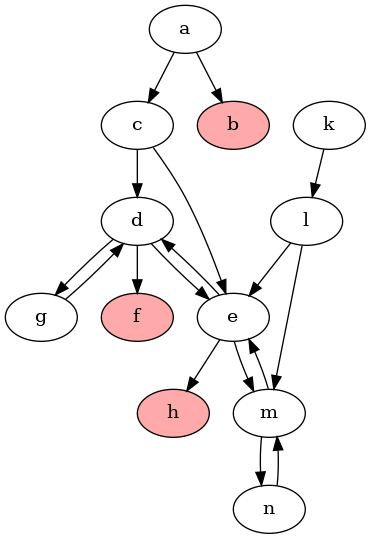
The Graphviz diagram XLoKR-2023/2-Statelog_version/output/state_0.0_graph.png in idaks/Games-and-Argumentation, before a commit. Its source is kept beside it as XLoKR-2023/2-Statelog_version/output/state_0.0_graph.dot.
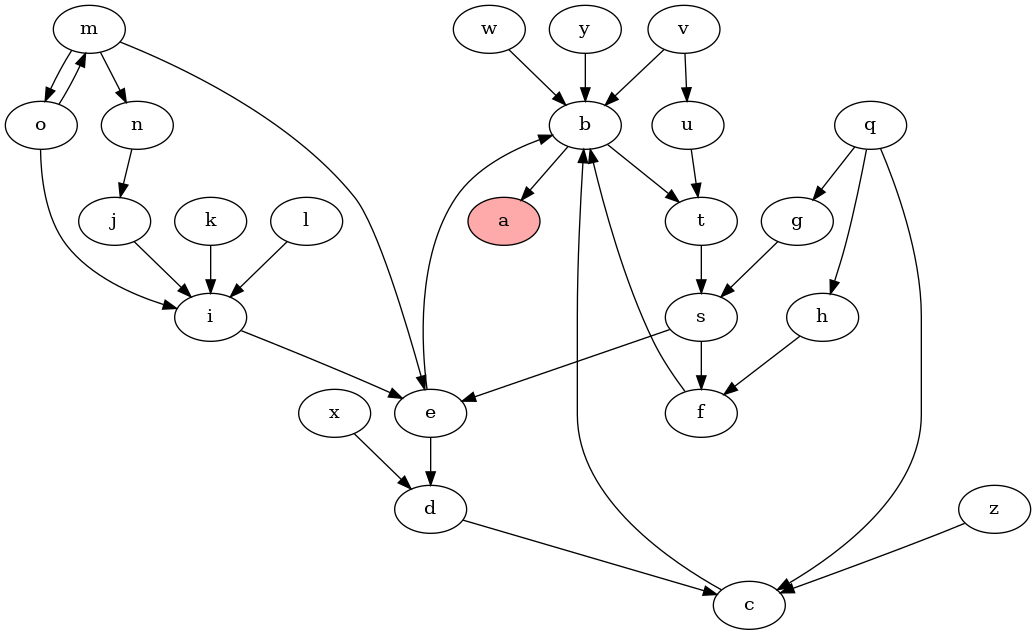
The same file after the commit.

What changed in the source:
```diff
@@ -1,25 +1,36 @@
 strict digraph "" {
-	b	[fillcolor="#FFAAAA",
+	a	[fillcolor="#FFAAAA",
 		style=filled];
-	a -> b	[dir=forward];
-	a -> c	[dir=forward];
-	c -> d	[dir=forward];
-	c -> e	[dir=forward];
-	k -> l	[dir=forward];
-	l -> e	[dir=forward];
-	l -> m	[dir=forward];
-	d -> e	[dir=forward];
-	f	[fillcolor="#FFAAAA",
-		style=filled];
-	d -> f	[dir=forward];
-	d -> g	[dir=forward];
+	b -> a	[dir=forward];
+	b -> t	[dir=forward];
+	t -> s	[dir=forward];
+	c -> b	[dir=forward];
+	d -> c	[dir=forward];
+	e -> b	[dir=forward];
 	e -> d	[dir=forward];
-	e -> m	[dir=forward];
-	h	[fillcolor="#FFAAAA",
-		style=filled];
-	e -> h	[dir=forward];
+	f -> b	[dir=forward];
+	g -> s	[dir=forward];
+	s -> e	[dir=forward];
+	s -> f	[dir=forward];
+	h -> f	[dir=forward];
+	i -> e	[dir=forward];
+	j -> i	[dir=forward];
+	k -> i	[dir=forward];
+	l -> i	[dir=forward];
 	m -> e	[dir=forward];
+	m -> o	[dir=forward];
 	m -> n	[dir=forward];
-	g -> d	[dir=forward];
-	n -> m	[dir=forward];
+	o -> i	[dir=forward];
+	o -> m	[dir=forward];
+	n -> j	[dir=forward];
+	q -> c	[dir=forward];
+	q -> g	[dir=forward];
+	q -> h	[dir=forward];
+	u -> t	[dir=forward];
+	v -> b	[dir=forward];
+	v -> u	[dir=forward];
+	w -> b	[dir=forward];
+	x -> d	[dir=forward];
+	y -> b	[dir=forward];
+	z -> c	[dir=forward];
 }
```
